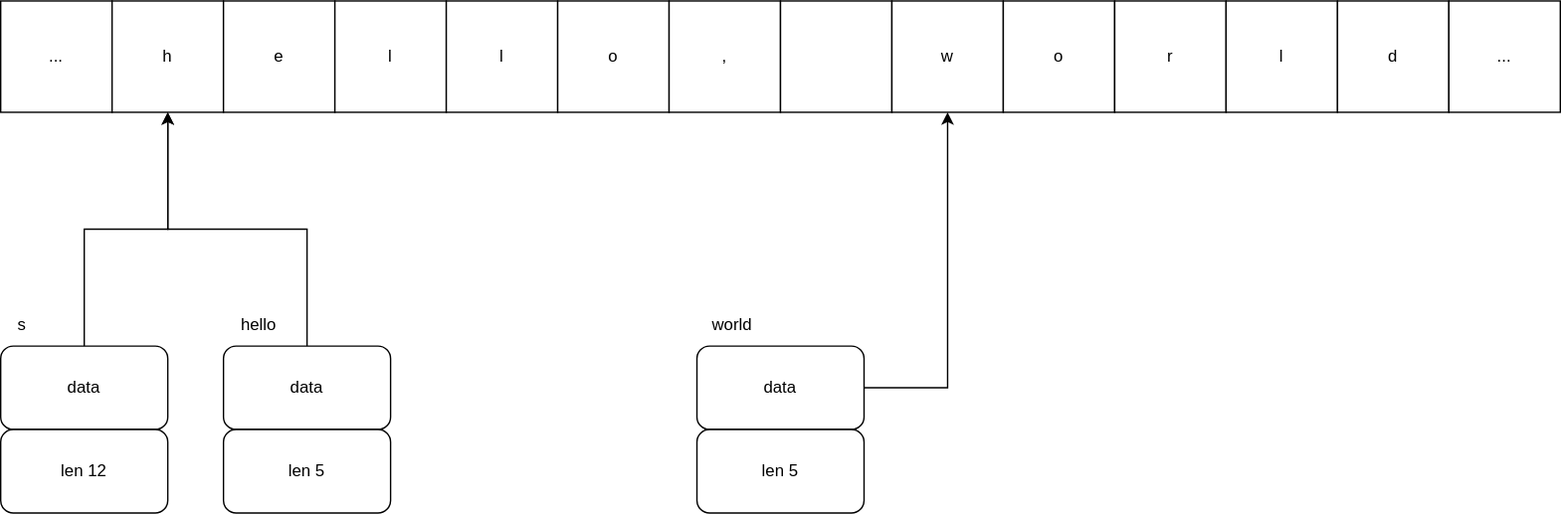
hamza-m-masood/blog keeps this draw.io diagram as public/images/posts/go-string.svg. Above is the earlier version. Source tidied: cells renumbered, new cells last; positions are measured from the earlier drawing's top-left corner, leaving out a move shared by most shapes. Its diagram source:
```xml
<mxGraphModel>
  <root>
    <mxCell id="0" />
    <mxCell id="1" parent="0" />
    <mxCell id="2" value="..." style="whiteSpace=wrap;html=1;" parent="1" vertex="1">
      <mxGeometry width="80" height="80" as="geometry" />
    </mxCell>
    <mxCell id="3" value="h" style="whiteSpace=wrap;html=1;" parent="1" vertex="1">
      <mxGeometry x="80" width="80" height="80" as="geometry" />
    </mxCell>
    <mxCell id="4" value="e" style="whiteSpace=wrap;html=1;" parent="1" vertex="1">
      <mxGeometry x="160" width="80" height="80" as="geometry" />
    </mxCell>
    <mxCell id="5" value="l" style="whiteSpace=wrap;html=1;" parent="1" vertex="1">
      <mxGeometry x="240" width="80" height="80" as="geometry" />
    </mxCell>
    <mxCell id="6" value="l" style="whiteSpace=wrap;html=1;" parent="1" vertex="1">
      <mxGeometry x="320" width="80" height="80" as="geometry" />
    </mxCell>
    <mxCell id="7" value="o" style="whiteSpace=wrap;html=1;" parent="1" vertex="1">
      <mxGeometry x="400" width="80" height="80" as="geometry" />
    </mxCell>
    <mxCell id="8" value="," style="whiteSpace=wrap;html=1;" parent="1" vertex="1">
      <mxGeometry x="480" width="80" height="80" as="geometry" />
    </mxCell>
    <mxCell id="9" style="whiteSpace=wrap;html=1;" parent="1" vertex="1">
      <mxGeometry x="560" width="80" height="80" as="geometry" />
    </mxCell>
    <mxCell id="10" value="w" style="whiteSpace=wrap;html=1;" parent="1" vertex="1">
      <mxGeometry x="640" width="80" height="80" as="geometry" />
    </mxCell>
    <mxCell id="11" value="o" style="whiteSpace=wrap;html=1;" parent="1" vertex="1">
      <mxGeometry x="720" width="80" height="80" as="geometry" />
    </mxCell>
    <mxCell id="12" value="r" style="whiteSpace=wrap;html=1;" parent="1" vertex="1">
      <mxGeometry x="800" width="80" height="80" as="geometry" />
    </mxCell>
    <mxCell id="13" value="l" style="whiteSpace=wrap;html=1;" parent="1" vertex="1">
      <mxGeometry x="880" width="80" height="80" as="geometry" />
    </mxCell>
    <mxCell id="14" value="d" style="whiteSpace=wrap;html=1;" parent="1" vertex="1">
      <mxGeometry x="960" width="80" height="80" as="geometry" />
    </mxCell>
    <mxCell id="15" value="..." style="whiteSpace=wrap;html=1;" parent="1" vertex="1">
      <mxGeometry x="1040" width="80" height="80" as="geometry" />
    </mxCell>
    <mxCell id="16" value="data" style="rounded=1;whiteSpace=wrap;html=1;" parent="1" vertex="1">
      <mxGeometry y="248" width="120" height="60" as="geometry" />
    </mxCell>
    <mxCell id="17" value="len 12" style="rounded=1;whiteSpace=wrap;html=1;" parent="1" vertex="1">
      <mxGeometry y="308" width="120" height="60" as="geometry" />
    </mxCell>
    <mxCell id="18" style="edgeStyle=orthogonalEdgeStyle;rounded=0;jettySize=auto;html=1;entryX=0.5;entryY=1;entryDx=0;entryDy=0;" parent="1" edge="1" source="16" target="3">
      <mxGeometry relative="1" as="geometry" />
    </mxCell>
    <mxCell id="19" value="s" style="text;html=1;align=center;verticalAlign=middle;strokeColor=none;fillColor=none;" parent="1" vertex="1">
      <mxGeometry y="218" width="30" height="30" as="geometry" />
    </mxCell>
    <mxCell id="20" style="edgeStyle=orthogonalEdgeStyle;rounded=0;jettySize=auto;html=1;entryX=0.5;entryY=1;entryDx=0;entryDy=0;" parent="1" edge="1" source="21" target="3">
      <mxGeometry relative="1" as="geometry" />
    </mxCell>
    <mxCell id="21" value="data" style="rounded=1;whiteSpace=wrap;html=1;" parent="1" vertex="1">
      <mxGeometry x="160" y="248" width="120" height="60" as="geometry" />
    </mxCell>
    <mxCell id="22" value="len 5" style="rounded=1;whiteSpace=wrap;html=1;" parent="1" vertex="1">
      <mxGeometry x="160" y="308" width="120" height="60" as="geometry" />
    </mxCell>
    <mxCell id="23" value="hello" style="text;html=1;align=center;verticalAlign=middle;strokeColor=none;fillColor=none;" parent="1" vertex="1">
      <mxGeometry x="160" y="218" width="50" height="30" as="geometry" />
    </mxCell>
    <mxCell id="24" style="edgeStyle=orthogonalEdgeStyle;rounded=0;jettySize=auto;html=1;entryX=0.5;entryY=1;entryDx=0;entryDy=0;" parent="1" edge="1" source="25" target="10">
      <mxGeometry relative="1" as="geometry" />
    </mxCell>
    <mxCell id="25" value="data" style="rounded=1;whiteSpace=wrap;html=1;" parent="1" vertex="1">
      <mxGeometry x="500" y="248" width="120" height="60" as="geometry" />
    </mxCell>
    <mxCell id="26" value="len 5" style="rounded=1;whiteSpace=wrap;html=1;" parent="1" vertex="1">
      <mxGeometry x="500" y="308" width="120" height="60" as="geometry" />
    </mxCell>
    <mxCell id="27" value="world" style="text;html=1;align=center;verticalAlign=middle;strokeColor=none;fillColor=none;" parent="1" vertex="1">
      <mxGeometry x="500" y="218" width="50" height="30" as="geometry" />
    </mxCell>
  </root>
</mxGraphModel>
```
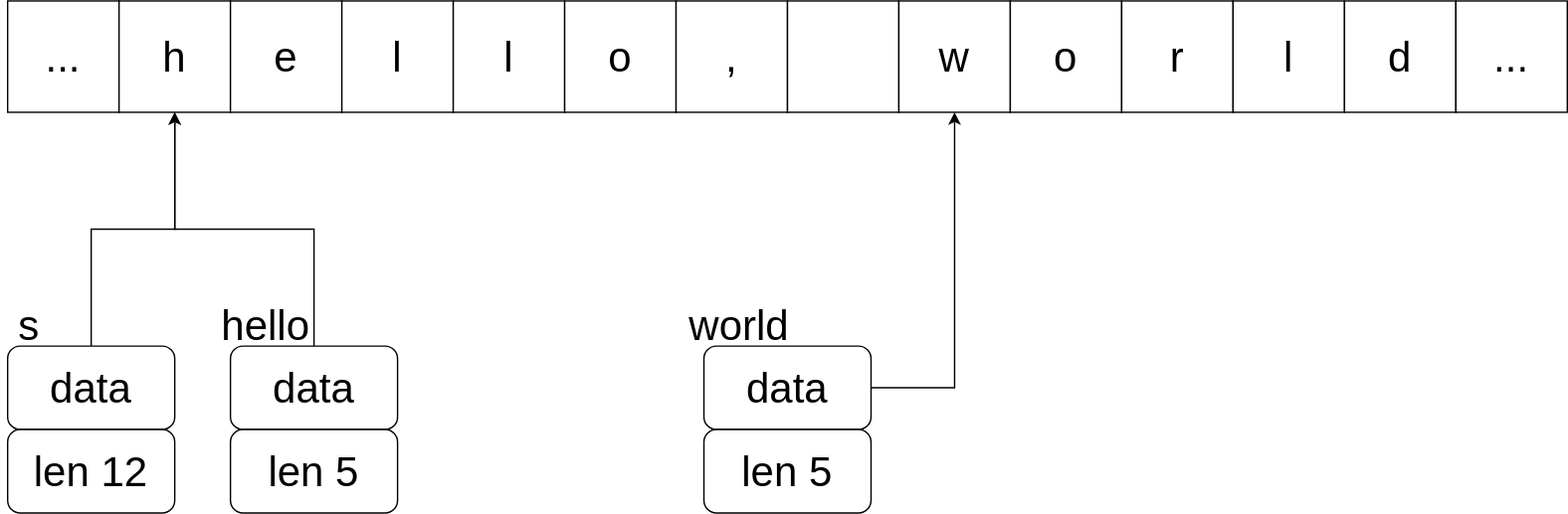
The same diagram one commit later.

Commit message:
added code plugin, concurrency blog, fixed string diagram

Change to the diagram source:
```diff
@@ -2,83 +2,83 @@
   <root>
     <mxCell id="0" />
     <mxCell id="1" parent="0" />
-    <mxCell id="2" value="..." style="whiteSpace=wrap;html=1;" parent="1" vertex="1">
+    <mxCell id="2" value="&lt;font style=&quot;font-size: 30px;&quot;&gt;...&lt;/font&gt;" style="whiteSpace=wrap;html=1;" parent="1" vertex="1">
       <mxGeometry width="80" height="80" as="geometry" />
     </mxCell>
-    <mxCell id="3" value="h" style="whiteSpace=wrap;html=1;" parent="1" vertex="1">
+    <mxCell id="3" value="&lt;font style=&quot;font-size: 30px;&quot;&gt;h&lt;/font&gt;" style="whiteSpace=wrap;html=1;" parent="1" vertex="1">
       <mxGeometry x="80" width="80" height="80" as="geometry" />
     </mxCell>
-    <mxCell id="4" value="e" style="whiteSpace=wrap;html=1;" parent="1" vertex="1">
+    <mxCell id="4" value="&lt;font style=&quot;font-size: 30px;&quot;&gt;e&lt;/font&gt;" style="whiteSpace=wrap;html=1;" parent="1" vertex="1">
       <mxGeometry x="160" width="80" height="80" as="geometry" />
     </mxCell>
-    <mxCell id="5" value="l" style="whiteSpace=wrap;html=1;" parent="1" vertex="1">
+    <mxCell id="5" value="&lt;font style=&quot;font-size: 30px;&quot;&gt;l&lt;/font&gt;" style="whiteSpace=wrap;html=1;" parent="1" vertex="1">
       <mxGeometry x="240" width="80" height="80" as="geometry" />
     </mxCell>
-    <mxCell id="6" value="l" style="whiteSpace=wrap;html=1;" parent="1" vertex="1">
+    <mxCell id="6" value="&lt;font style=&quot;font-size: 30px;&quot;&gt;l&lt;/font&gt;" style="whiteSpace=wrap;html=1;" parent="1" vertex="1">
       <mxGeometry x="320" width="80" height="80" as="geometry" />
     </mxCell>
-    <mxCell id="7" value="o" style="whiteSpace=wrap;html=1;" parent="1" vertex="1">
+    <mxCell id="7" value="&lt;font style=&quot;font-size: 30px;&quot;&gt;o&lt;/font&gt;" style="whiteSpace=wrap;html=1;" parent="1" vertex="1">
       <mxGeometry x="400" width="80" height="80" as="geometry" />
     </mxCell>
-    <mxCell id="8" value="," style="whiteSpace=wrap;html=1;" parent="1" vertex="1">
+    <mxCell id="8" value="&lt;font style=&quot;font-size: 30px;&quot;&gt;,&lt;/font&gt;" style="whiteSpace=wrap;html=1;" parent="1" vertex="1">
       <mxGeometry x="480" width="80" height="80" as="geometry" />
     </mxCell>
     <mxCell id="9" style="whiteSpace=wrap;html=1;" parent="1" vertex="1">
       <mxGeometry x="560" width="80" height="80" as="geometry" />
     </mxCell>
-    <mxCell id="10" value="w" style="whiteSpace=wrap;html=1;" parent="1" vertex="1">
+    <mxCell id="10" value="&lt;font style=&quot;font-size: 30px;&quot;&gt;w&lt;/font&gt;" style="whiteSpace=wrap;html=1;" parent="1" vertex="1">
       <mxGeometry x="640" width="80" height="80" as="geometry" />
     </mxCell>
-    <mxCell id="11" value="o" style="whiteSpace=wrap;html=1;" parent="1" vertex="1">
+    <mxCell id="11" value="&lt;font style=&quot;font-size: 30px;&quot;&gt;o&lt;/font&gt;" style="whiteSpace=wrap;html=1;" parent="1" vertex="1">
       <mxGeometry x="720" width="80" height="80" as="geometry" />
     </mxCell>
-    <mxCell id="12" value="r" style="whiteSpace=wrap;html=1;" parent="1" vertex="1">
+    <mxCell id="12" value="&lt;font style=&quot;font-size: 30px;&quot;&gt;r&lt;/font&gt;" style="whiteSpace=wrap;html=1;" parent="1" vertex="1">
       <mxGeometry x="800" width="80" height="80" as="geometry" />
     </mxCell>
-    <mxCell id="13" value="l" style="whiteSpace=wrap;html=1;" parent="1" vertex="1">
+    <mxCell id="13" value="&lt;font style=&quot;font-size: 30px;&quot;&gt;l&lt;/font&gt;" style="whiteSpace=wrap;html=1;" parent="1" vertex="1">
       <mxGeometry x="880" width="80" height="80" as="geometry" />
     </mxCell>
-    <mxCell id="14" value="d" style="whiteSpace=wrap;html=1;" parent="1" vertex="1">
+    <mxCell id="14" value="&lt;font style=&quot;font-size: 30px;&quot;&gt;d&lt;/font&gt;" style="whiteSpace=wrap;html=1;" parent="1" vertex="1">
       <mxGeometry x="960" width="80" height="80" as="geometry" />
     </mxCell>
-    <mxCell id="15" value="..." style="whiteSpace=wrap;html=1;" parent="1" vertex="1">
+    <mxCell id="15" value="&lt;font style=&quot;font-size: 30px;&quot;&gt;...&lt;/font&gt;" style="whiteSpace=wrap;html=1;" parent="1" vertex="1">
       <mxGeometry x="1040" width="80" height="80" as="geometry" />
     </mxCell>
-    <mxCell id="16" value="data" style="rounded=1;whiteSpace=wrap;html=1;" parent="1" vertex="1">
+    <mxCell id="16" value="&lt;font style=&quot;font-size: 30px;&quot;&gt;data&lt;/font&gt;" style="rounded=1;whiteSpace=wrap;html=1;" parent="1" vertex="1">
       <mxGeometry y="248" width="120" height="60" as="geometry" />
     </mxCell>
-    <mxCell id="17" value="len 12" style="rounded=1;whiteSpace=wrap;html=1;" parent="1" vertex="1">
+    <mxCell id="17" value="&lt;font style=&quot;font-size: 30px;&quot;&gt;len 12&lt;/font&gt;" style="rounded=1;whiteSpace=wrap;html=1;" parent="1" vertex="1">
       <mxGeometry y="308" width="120" height="60" as="geometry" />
     </mxCell>
     <mxCell id="18" style="edgeStyle=orthogonalEdgeStyle;rounded=0;jettySize=auto;html=1;entryX=0.5;entryY=1;entryDx=0;entryDy=0;" parent="1" edge="1" source="16" target="3">
       <mxGeometry relative="1" as="geometry" />
     </mxCell>
-    <mxCell id="19" value="s" style="text;html=1;align=center;verticalAlign=middle;strokeColor=none;fillColor=none;" parent="1" vertex="1">
-      <mxGeometry y="218" width="30" height="30" as="geometry" />
+    <mxCell id="19" value="&lt;font style=&quot;font-size: 30px;&quot;&gt;s&lt;/font&gt;" style="text;html=1;align=center;verticalAlign=middle;strokeColor=none;fillColor=none;" parent="1" vertex="1">
+      <mxGeometry x="-5" y="208" width="40" height="50" as="geometry" />
     </mxCell>
     <mxCell id="20" style="edgeStyle=orthogonalEdgeStyle;rounded=0;jettySize=auto;html=1;entryX=0.5;entryY=1;entryDx=0;entryDy=0;" parent="1" edge="1" source="21" target="3">
       <mxGeometry relative="1" as="geometry" />
     </mxCell>
-    <mxCell id="21" value="data" style="rounded=1;whiteSpace=wrap;html=1;" parent="1" vertex="1">
+    <mxCell id="21" value="&lt;font style=&quot;font-size: 30px;&quot;&gt;data&lt;/font&gt;" style="rounded=1;whiteSpace=wrap;html=1;" parent="1" vertex="1">
       <mxGeometry x="160" y="248" width="120" height="60" as="geometry" />
     </mxCell>
-    <mxCell id="22" value="len 5" style="rounded=1;whiteSpace=wrap;html=1;" parent="1" vertex="1">
+    <mxCell id="22" value="&lt;font style=&quot;font-size: 30px;&quot;&gt;len 5&lt;/font&gt;" style="rounded=1;whiteSpace=wrap;html=1;" parent="1" vertex="1">
       <mxGeometry x="160" y="308" width="120" height="60" as="geometry" />
     </mxCell>
-    <mxCell id="23" value="hello" style="text;html=1;align=center;verticalAlign=middle;strokeColor=none;fillColor=none;" parent="1" vertex="1">
-      <mxGeometry x="160" y="218" width="50" height="30" as="geometry" />
+    <mxCell id="23" value="&lt;font style=&quot;font-size: 30px;&quot;&gt;hello&lt;/font&gt;" style="text;html=1;align=center;verticalAlign=middle;strokeColor=none;fillColor=none;" parent="1" vertex="1">
+      <mxGeometry x="140" y="208" width="90" height="50" as="geometry" />
     </mxCell>
     <mxCell id="24" style="edgeStyle=orthogonalEdgeStyle;rounded=0;jettySize=auto;html=1;entryX=0.5;entryY=1;entryDx=0;entryDy=0;" parent="1" edge="1" source="25" target="10">
       <mxGeometry relative="1" as="geometry" />
     </mxCell>
-    <mxCell id="25" value="data" style="rounded=1;whiteSpace=wrap;html=1;" parent="1" vertex="1">
+    <mxCell id="25" value="&lt;font style=&quot;font-size: 30px;&quot;&gt;data&lt;/font&gt;" style="rounded=1;whiteSpace=wrap;html=1;" parent="1" vertex="1">
       <mxGeometry x="500" y="248" width="120" height="60" as="geometry" />
     </mxCell>
-    <mxCell id="26" value="len 5" style="rounded=1;whiteSpace=wrap;html=1;" parent="1" vertex="1">
+    <mxCell id="26" value="&lt;font style=&quot;font-size: 30px;&quot;&gt;len 5&lt;/font&gt;" style="rounded=1;whiteSpace=wrap;html=1;" parent="1" vertex="1">
       <mxGeometry x="500" y="308" width="120" height="60" as="geometry" />
     </mxCell>
-    <mxCell id="27" value="world" style="text;html=1;align=center;verticalAlign=middle;strokeColor=none;fillColor=none;" parent="1" vertex="1">
-      <mxGeometry x="500" y="218" width="50" height="30" as="geometry" />
+    <mxCell id="27" value="&lt;font style=&quot;font-size: 30px;&quot;&gt;world&lt;/font&gt;" style="text;html=1;align=center;verticalAlign=middle;strokeColor=none;fillColor=none;" parent="1" vertex="1">
+      <mxGeometry x="475" y="208" width="100" height="50" as="geometry" />
     </mxCell>
   </root>
 </mxGraphModel>
```
